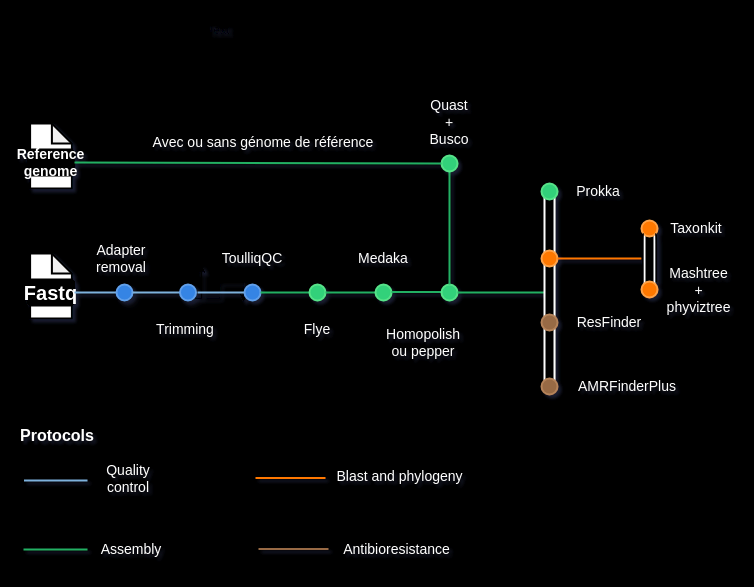
Before: Test_pipeline.drawio in Matth-Cbn/mkdocs_tutoriel_stage, a draw.io diagram. Source tidied: cells renumbered, new cells numbered last; positions are measured from the earlier drawing's top-left corner, leaving out a move shared by most shapes. Both pictures are drawn from the tidied source at 100%, with x=0, y=0 at pixel (23, 17).
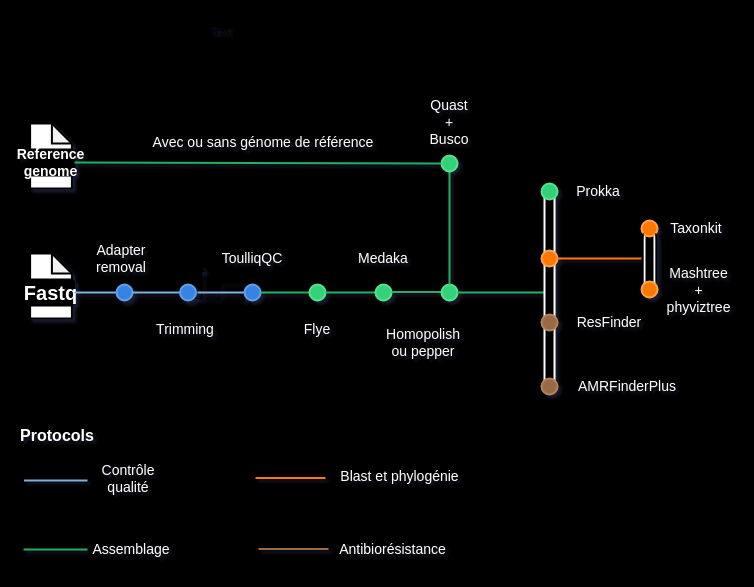
The same diagram, later.

Commit message:
Mettre à jour Test_pipeline.drawio

What changed in the source:
```diff
@@
-    <mxCell id="60" value="&lt;font style=&quot;font-size: 14px;&quot; color=&quot;#ffffff&quot;&gt;Quality control&lt;br&gt;&lt;/font&gt;" style="text;strokeColor=none;align=center;fillColor=none;html=1;verticalAlign=middle;whiteSpace=wrap;rounded=0;" parent="1" vertex="1">
+    <mxCell id="60" value="&lt;font style=&quot;font-size: 14px;&quot; color=&quot;#ffffff&quot;&gt;Contrôle qualité&lt;br&gt;&lt;/font&gt;" style="text;strokeColor=none;align=center;fillColor=none;html=1;verticalAlign=middle;whiteSpace=wrap;rounded=0;" parent="1" vertex="1">
       <mxGeometry x="75" y="446" width="60" height="30" as="geometry" />
     </mxCell>
-    <mxCell id="61" value="&lt;font style=&quot;font-size: 14px;&quot; color=&quot;#ffffff&quot;&gt;Assembly&lt;/font&gt;" style="text;strokeColor=none;align=center;fillColor=none;html=1;verticalAlign=middle;whiteSpace=wrap;rounded=0;" parent="1" vertex="1">
+    <mxCell id="61" value="&lt;font style=&quot;font-size: 14px;&quot; color=&quot;#ffffff&quot;&gt;Assemblage&lt;/font&gt;" style="text;strokeColor=none;align=center;fillColor=none;html=1;verticalAlign=middle;whiteSpace=wrap;rounded=0;" parent="1" vertex="1">
       <mxGeometry x="78" y="517" width="60" height="30" as="geometry" />
     </mxCell>
-    <mxCell id="62" value="&lt;font style=&quot;font-size: 14px;&quot; color=&quot;#ffffff&quot;&gt;Blast and phylogeny&lt;br&gt;&lt;/font&gt;" style="text;strokeColor=none;align=center;fillColor=none;html=1;verticalAlign=middle;whiteSpace=wrap;rounded=0;" parent="1" vertex="1">
+    <mxCell id="62" value="&lt;font style=&quot;font-size: 14px;&quot; color=&quot;#ffffff&quot;&gt;Blast et phylogénie&lt;br&gt;&lt;/font&gt;" style="text;strokeColor=none;align=center;fillColor=none;html=1;verticalAlign=middle;whiteSpace=wrap;rounded=0;" parent="1" vertex="1">
       <mxGeometry x="310" y="444" width="133" height="30" as="geometry" />
     </mxCell>
-    <mxCell id="63" value="&lt;font style=&quot;font-size: 14px;&quot; color=&quot;#ffffff&quot;&gt;Antibioresistance&lt;/font&gt;" style="text;strokeColor=none;align=center;fillColor=none;html=1;verticalAlign=middle;whiteSpace=wrap;rounded=0;" parent="1" vertex="1">
-      <mxGeometry x="307" y="517" width="133" height="30" as="geometry" />
+    <mxCell id="63" value="&lt;font style=&quot;font-size: 14px;&quot; color=&quot;#ffffff&quot;&gt;Antibiorésistance&lt;/font&gt;" style="text;strokeColor=none;align=center;fillColor=none;html=1;verticalAlign=middle;whiteSpace=wrap;rounded=0;" parent="1" vertex="1">
+      <mxGeometry x="303" y="517" width="133" height="30" as="geometry" />
     </mxCell>
```
